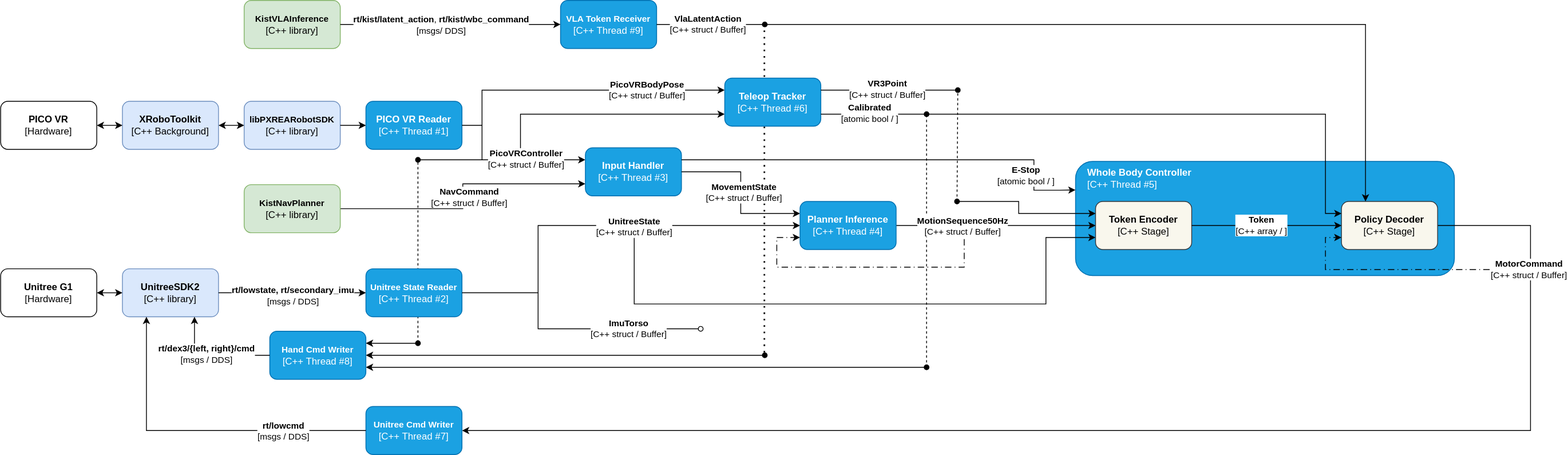
Above: docs/kist-gearsonic-inference.svg in KIST-DelightRobotics-G1/gearsonic-inference (draw.io), before the change. Source tidied: cells renumbered, new cells last; positions are measured from the earlier drawing's top-left corner, leaving out a move shared by most shapes.
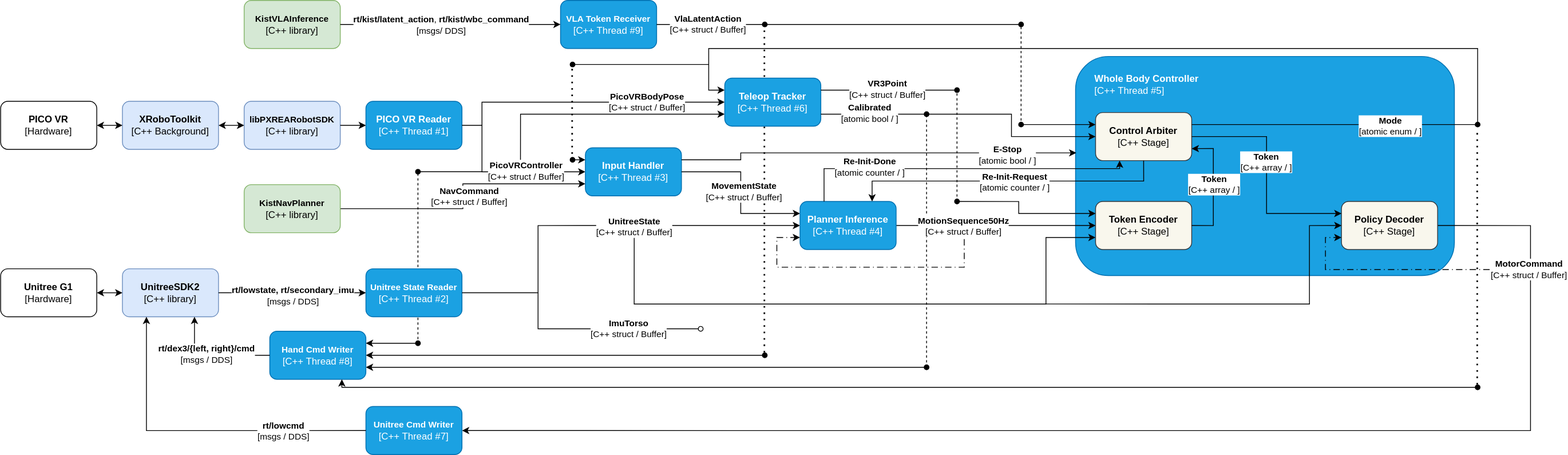
Later version of the same file.

Diff of the diagram source:
```diff
@@ -2,6 +2,16 @@
   <root>
     <mxCell id="0" />
     <mxCell id="1" parent="0" />
+    <mxCell id="74" style="endArrow=classic;html=1;rounded=0;entryX=0;entryY=0.25;entryDx=0;entryDy=0;edgeStyle=orthogonalEdgeStyle;" parent="1" edge="1" target="50">
+      <mxGeometry relative="1" as="geometry">
+        <mxPoint x="1844" y="155" as="sourcePoint" />
+        <Array as="points">
+          <mxPoint x="1844" y="60" />
+          <mxPoint x="884" y="60" />
+          <mxPoint x="884" y="112" />
+        </Array>
+      </mxGeometry>
+    </mxCell>
     <mxCell id="2" style="endArrow=none;dashed=1;html=1;dashPattern=1 3;strokeWidth=2;rounded=0;" parent="1" edge="1">
       <mxGeometry relative="1" as="geometry">
         <mxPoint x="954" y="440" as="sourcePoint" />
@@ -21,8 +31,8 @@
     </mxCell>
     <mxCell id="5" style="endArrow=none;dashed=1;html=1;rounded=0;" parent="1" edge="1">
       <mxGeometry relative="1" as="geometry">
-        <mxPoint x="521" y="427" as="sourcePoint" />
-        <mxPoint x="521" y="199" as="targetPoint" />
+        <mxPoint x="521" y="429" as="sourcePoint" />
+        <mxPoint x="521" y="212" as="targetPoint" />
       </mxGeometry>
     </mxCell>
     <mxCell id="6" style="endArrow=classic;html=1;rounded=0;edgeStyle=orthogonalEdgeStyle;entryX=0;entryY=0.75;entryDx=0;entryDy=0;" parent="1" edge="1" target="50">
@@ -35,7 +45,7 @@
       </mxGeometry>
     </mxCell>
     <mxCell id="7" style="rounded=1;whiteSpace=wrap;html=1;fillColor=#1ba1e2;strokeColor=#006EAF;fontColor=#ffffff;" parent="1" vertex="1">
-      <mxGeometry x="1342" y="201" width="473" height="142.5" as="geometry" />
+      <mxGeometry x="1342" y="70" width="473" height="273.5" as="geometry" />
     </mxCell>
     <mxCell id="8" style="endArrow=classic;html=1;rounded=0;edgeStyle=orthogonalEdgeStyle;entryX=0;entryY=0.75;entryDx=0;entryDy=0;" parent="1" edge="1" target="38">
       <mxGeometry relative="1" as="geometry">
@@ -79,11 +89,11 @@
     <mxCell id="17" style="endArrow=classic;startArrow=none;html=1;rounded=0;exitX=1;exitY=0.5;exitDx=0;exitDy=0;entryX=0;entryY=0.5;entryDx=0;entryDy=0;startFill=0;" parent="1" edge="1" source="12" target="14">
       <mxGeometry relative="1" as="geometry" />
     </mxCell>
-    <mxCell id="18" style="endArrow=classic;startArrow=classic;html=1;rounded=0;edgeStyle=orthogonalEdgeStyle;exitX=0;exitY=0.25;exitDx=0;exitDy=0;entryX=0;entryY=0.25;entryDx=0;entryDy=0;" parent="1" edge="1" source="22" target="50">
+    <mxCell id="18" style="endArrow=classic;startArrow=classic;html=1;rounded=0;edgeStyle=orthogonalEdgeStyle;exitX=0;exitY=0.5;exitDx=0;exitDy=0;entryX=0;entryY=0.5;entryDx=0;entryDy=0;" parent="1" edge="1" source="22" target="50">
       <mxGeometry relative="1" as="geometry">
         <Array as="points">
-          <mxPoint x="601" y="199" />
-          <mxPoint x="601" y="112" />
+          <mxPoint x="601" y="214" />
+          <mxPoint x="601" y="127" />
         </Array>
       </mxGeometry>
     </mxCell>
@@ -182,11 +192,18 @@
     <mxCell id="39" value="&lt;div&gt;&lt;b&gt;Policy Decoder&lt;/b&gt;&lt;/div&gt;&lt;div&gt;[C++ Stage]&lt;/div&gt;" style="rounded=1;whiteSpace=wrap;html=1;fillColor=#f9f7ed;strokeColor=#36393d;" parent="1" vertex="1">
       <mxGeometry x="1674" y="251" width="120" height="60" as="geometry" />
     </mxCell>
-    <mxCell id="40" style="endArrow=classic;html=1;rounded=0;entryX=0;entryY=0.5;entryDx=0;entryDy=0;exitX=1;exitY=0.5;exitDx=0;exitDy=0;" parent="1" edge="1" source="38" target="39">
-      <mxGeometry relative="1" as="geometry" />
+    <mxCell id="40" style="endArrow=classic;html=1;rounded=0;entryX=1;entryY=0.75;entryDx=0;entryDy=0;exitX=1;exitY=0.5;exitDx=0;exitDy=0;edgeStyle=orthogonalEdgeStyle;" parent="1" edge="1" source="38" target="75">
+      <mxGeometry relative="1" as="geometry">
+        <Array as="points">
+          <mxPoint x="1514" y="281" />
+          <mxPoint x="1514" y="185" />
+        </Array>
+      </mxGeometry>
     </mxCell>
     <mxCell id="41" value="&lt;b&gt;Token&lt;/b&gt;&lt;div&gt;[C++ array / ]&lt;/div&gt;" style="edgeLabel;html=1;align=center;verticalAlign=middle;" parent="40" vertex="1">
-      <mxGeometry x="-0.08" y="1" relative="1" as="geometry" />
+      <mxGeometry x="-0.08" y="1" relative="1" as="geometry">
+        <mxPoint x="1" y="-9" as="offset" />
+      </mxGeometry>
     </mxCell>
     <mxCell id="42" value="&lt;b&gt;&lt;font style=&quot;font-size: 11px;&quot;&gt;Unitree Cmd Writer&lt;/font&gt;&lt;/b&gt;&lt;br&gt;&lt;div&gt;[C++ Thread #7]&lt;/div&gt;" style="rounded=1;whiteSpace=wrap;html=1;fillColor=#1ba1e2;fontColor=#ffffff;strokeColor=#006EAF;" parent="1" vertex="1">
       <mxGeometry x="456" y="507" width="120" height="60" as="geometry" />
@@ -199,22 +216,8 @@
         <mxPoint x="61" y="5" as="offset" />
       </mxGeometry>
     </mxCell>
-    <mxCell id="45" style="endArrow=classic;html=1;rounded=0;exitX=1;exitY=0.25;exitDx=0;exitDy=0;entryX=0;entryY=0.25;entryDx=0;entryDy=0;edgeStyle=orthogonalEdgeStyle;" parent="1" edge="1" source="22" target="7">
-      <mxGeometry relative="1" as="geometry">
-        <Array as="points">
-          <mxPoint x="1290" y="199" />
-          <mxPoint x="1290" y="237" />
-          <mxPoint x="1322" y="237" />
-        </Array>
-      </mxGeometry>
-    </mxCell>
-    <mxCell id="46" value="&lt;b&gt;E-Stop&lt;/b&gt;&lt;div&gt;[atomic bool / ]&lt;/div&gt;" style="edgeLabel;html=1;align=center;verticalAlign=middle;" parent="45" vertex="1">
-      <mxGeometry x="0.69" y="-3" relative="1" as="geometry">
-        <mxPoint x="-8" y="13" as="offset" />
-      </mxGeometry>
-    </mxCell>
     <mxCell id="47" value="&lt;font style=&quot;color: light-dark(rgb(255, 255, 255), rgb(237, 237, 237));&quot;&gt;Whole Body Controller&lt;/font&gt;&lt;div&gt;&lt;font style=&quot;color: light-dark(rgb(255, 255, 255), rgb(237, 237, 237));&quot;&gt;&lt;span style=&quot;font-weight: normal;&quot;&gt;[C++ Thread #5]&lt;/span&gt;&lt;/font&gt;&lt;/div&gt;" style="text;html=1;whiteSpace=wrap;strokeColor=none;fillColor=none;align=left;verticalAlign=middle;rounded=0;fontStyle=1;fontColor=light-dark(#ffffff, #ededed);" parent="1" vertex="1">
-      <mxGeometry x="1355" y="207" width="275" height="30" as="geometry" />
+      <mxGeometry x="1364" y="90" width="275" height="30" as="geometry" />
     </mxCell>
     <mxCell id="48" style="endArrow=classic;html=1;rounded=0;edgeStyle=orthogonalEdgeStyle;entryX=0;entryY=0.75;entryDx=0;entryDy=0;dashed=1;dashPattern=8 4 1 4;" parent="1" edge="1" target="39">
       <mxGeometry relative="1" as="geometry">
@@ -247,7 +250,7 @@
     </mxCell>
     <mxCell id="54" style="endArrow=oval;html=1;rounded=0;exitX=1;exitY=0.25;exitDx=0;exitDy=0;endFill=1;" parent="1" edge="1" source="50">
       <mxGeometry relative="1" as="geometry">
-        <mxPoint x="1195" y="112" as="targetPoint" />
+        <mxPoint x="1194" y="112" as="targetPoint" />
       </mxGeometry>
     </mxCell>
     <mxCell id="55" value="&lt;b&gt;VR3Point&lt;/b&gt;&lt;div&gt;[C++ struct / Buffer]&lt;/div&gt;" style="edgeLabel;html=1;align=center;verticalAlign=middle;" parent="1" vertex="1">
@@ -265,7 +268,7 @@
     <mxCell id="57" style="endArrow=none;dashed=1;html=1;rounded=0;" parent="1" edge="1">
       <mxGeometry relative="1" as="geometry">
         <mxPoint x="1194" y="251" as="sourcePoint" />
-        <mxPoint x="1195" y="111" as="targetPoint" />
+        <mxPoint x="1194" y="110" as="targetPoint" />
       </mxGeometry>
     </mxCell>
     <mxCell id="58" value="&lt;span style=&quot;font-size: 11px;&quot;&gt;&lt;b&gt;KistVLAInference&lt;/b&gt;&lt;/span&gt;&lt;br&gt;&lt;div&gt;&lt;font style=&quot;color: light-dark(rgb(0, 0, 0), rgb(0, 102, 0));&quot;&gt;[C++ library]&lt;/font&gt;&lt;/div&gt;" style="rounded=1;whiteSpace=wrap;html=1;fillColor=#d5e8d4;strokeColor=#82b366;" parent="1" vertex="1">
@@ -273,8 +276,8 @@
     </mxCell>
     <mxCell id="59" style="endArrow=oval;html=1;rounded=0;endFill=1;" parent="1" edge="1">
       <mxGeometry relative="1" as="geometry">
-        <mxPoint x="601" y="199" as="sourcePoint" />
-        <mxPoint x="521" y="199" as="targetPoint" />
+        <mxPoint x="601" y="213.9" as="sourcePoint" />
+        <mxPoint x="521" y="213.9" as="targetPoint" />
       </mxGeometry>
     </mxCell>
     <mxCell id="60" value="&lt;b&gt;&lt;font style=&quot;font-size: 11px;&quot;&gt;Hand Cmd Writer&lt;/font&gt;&lt;/b&gt;&lt;br&gt;&lt;div&gt;[C++ Thread #8]&lt;/div&gt;" style="rounded=1;whiteSpace=wrap;html=1;fillColor=#1ba1e2;fontColor=#ffffff;strokeColor=#006EAF;" parent="1" vertex="1">
@@ -312,14 +315,6 @@
     <mxCell id="68" value="&lt;b&gt;rt/kist/latent_action&lt;/b&gt;, &lt;b&gt;rt/kist/wbc_command&lt;/b&gt;&lt;div&gt;[msgs/ DDS]&lt;/div&gt;" style="edgeLabel;html=1;align=center;verticalAlign=middle;" parent="67" vertex="1">
       <mxGeometry x="-0.09" relative="1" as="geometry" />
     </mxCell>
-    <mxCell id="69" style="endArrow=classic;html=1;rounded=0;edgeStyle=orthogonalEdgeStyle;entryX=0.25;entryY=0;entryDx=0;entryDy=0;" parent="1" edge="1" target="39">
-      <mxGeometry relative="1" as="geometry">
-        <mxPoint x="954" y="30" as="sourcePoint" />
-        <Array as="points">
-          <mxPoint x="1704" y="30" />
-        </Array>
-      </mxGeometry>
-    </mxCell>
     <mxCell id="70" style="endArrow=oval;html=1;rounded=0;exitX=1;exitY=0.5;exitDx=0;exitDy=0;endFill=1;" parent="1" edge="1" source="66">
       <mxGeometry relative="1" as="geometry">
         <mxPoint x="954" y="30" as="targetPoint" />
@@ -333,14 +328,117 @@
         <mxPoint x="954" y="443" as="sourcePoint" />
       </mxGeometry>
     </mxCell>
-    <mxCell id="73" style="endArrow=classic;html=1;rounded=0;edgeStyle=orthogonalEdgeStyle;entryX=0;entryY=0.25;entryDx=0;entryDy=0;" parent="1" edge="1" target="39">
-      <mxGeometry relative="1" as="geometry">
-        <mxPoint x="1156" y="142" as="sourcePoint" />
-        <Array as="points">
-          <mxPoint x="1654" y="142" />
-          <mxPoint x="1654" y="266" />
-        </Array>
-      </mxGeometry>
-    </mxCell>
+    <mxCell id="75" value="&lt;div&gt;&lt;b&gt;Control Arbiter&lt;/b&gt;&lt;/div&gt;&lt;div&gt;[C++ Stage]&lt;/div&gt;" style="rounded=1;whiteSpace=wrap;html=1;fillColor=#f9f7ed;strokeColor=#36393d;" parent="1" vertex="1">
+      <mxGeometry x="1367" y="140" width="120" height="60" as="geometry" />
+    </mxCell>
+    <mxCell id="76" style="endArrow=classic;html=1;rounded=0;entryX=0;entryY=0.5;entryDx=0;entryDy=0;edgeStyle=orthogonalEdgeStyle;" parent="1" edge="1" target="75">
+      <mxGeometry relative="1" as="geometry">
+        <mxPoint x="1156" y="142" as="sourcePoint" />
+        <Array as="points">
+          <mxPoint x="1262" y="142" />
+          <mxPoint x="1262" y="170" />
+        </Array>
+      </mxGeometry>
+    </mxCell>
+    <mxCell id="77" style="endArrow=classic;html=1;rounded=0;exitX=0.25;exitY=0;exitDx=0;exitDy=0;entryX=0.25;entryY=1;entryDx=0;entryDy=0;edgeStyle=orthogonalEdgeStyle;" parent="1" edge="1" source="35" target="75">
+      <mxGeometry relative="1" as="geometry">
+        <Array as="points">
+          <mxPoint x="1028" y="210" />
+          <mxPoint x="1397" y="210" />
+        </Array>
+      </mxGeometry>
+    </mxCell>
+    <mxCell id="78" value="&lt;b&gt;Re-Init-Done&lt;/b&gt;&lt;div&gt;[atomic counter / ]&lt;/div&gt;" style="edgeLabel;html=1;align=center;verticalAlign=middle;" parent="77" vertex="1">
+      <mxGeometry x="-0.61" y="1" relative="1" as="geometry">
+        <mxPoint x="16" y="-2" as="offset" />
+      </mxGeometry>
+    </mxCell>
+    <mxCell id="79" style="endArrow=classic;html=1;rounded=0;exitX=0.5;exitY=1;exitDx=0;exitDy=0;entryX=0.75;entryY=0;entryDx=0;entryDy=0;edgeStyle=orthogonalEdgeStyle;" parent="1" edge="1" source="75" target="35">
+      <mxGeometry relative="1" as="geometry" />
+    </mxCell>
+    <mxCell id="80" value="&lt;b&gt;Re-Init-Request&lt;/b&gt;&lt;div&gt;[atomic counter / ]&lt;/div&gt;" style="edgeLabel;html=1;align=center;verticalAlign=middle;" parent="79" vertex="1">
+      <mxGeometry x="-0.04" y="1" relative="1" as="geometry" />
+    </mxCell>
+    <mxCell id="81" style="endArrow=oval;html=1;rounded=0;exitX=1;exitY=0.25;exitDx=0;exitDy=0;endFill=1;" parent="1" edge="1" source="75">
+      <mxGeometry relative="1" as="geometry">
+        <mxPoint x="1844" y="155" as="targetPoint" />
+      </mxGeometry>
+    </mxCell>
+    <mxCell id="82" value="&lt;b&gt;Mode&lt;/b&gt;&lt;div&gt;[atomic enum / ]&lt;/div&gt;" style="edgeLabel;html=1;align=center;verticalAlign=middle;" parent="81" vertex="1">
+      <mxGeometry x="-0.28" relative="1" as="geometry">
+        <mxPoint x="119" y="1" as="offset" />
+      </mxGeometry>
+    </mxCell>
+    <mxCell id="83" style="endArrow=classic;html=1;rounded=0;exitX=1;exitY=0.5;exitDx=0;exitDy=0;entryX=0;entryY=0.25;entryDx=0;entryDy=0;edgeStyle=orthogonalEdgeStyle;" parent="1" edge="1" source="75" target="39">
+      <mxGeometry relative="1" as="geometry" />
+    </mxCell>
+    <mxCell id="84" value="&lt;b&gt;Token&lt;/b&gt;&lt;div&gt;[C++ array / ]&lt;/div&gt;" style="edgeLabel;html=1;align=center;verticalAlign=middle;" parent="83" vertex="1">
+      <mxGeometry x="-0.12" y="-1" relative="1" as="geometry" />
+    </mxCell>
+    <mxCell id="85" style="endArrow=classic;html=1;rounded=0;entryX=0;entryY=0.25;entryDx=0;entryDy=0;startArrow=oval;startFill=1;" parent="1" edge="1" target="75">
+      <mxGeometry relative="1" as="geometry">
+        <mxPoint x="1274" y="155" as="sourcePoint" />
+      </mxGeometry>
+    </mxCell>
+    <mxCell id="86" style="endArrow=oval;html=1;rounded=0;endFill=1;" parent="1" edge="1">
+      <mxGeometry relative="1" as="geometry">
+        <mxPoint x="954" y="30" as="sourcePoint" />
+        <mxPoint x="1274" y="30" as="targetPoint" />
+      </mxGeometry>
+    </mxCell>
+    <mxCell id="87" style="endArrow=none;dashed=1;html=1;rounded=0;" parent="1" edge="1">
+      <mxGeometry relative="1" as="geometry">
+        <mxPoint x="1274" y="156" as="sourcePoint" />
+        <mxPoint x="1274" y="30" as="targetPoint" />
+      </mxGeometry>
+    </mxCell>
+    <mxCell id="88" style="endArrow=classic;html=1;rounded=0;entryX=0;entryY=0.5;entryDx=0;entryDy=0;edgeStyle=orthogonalEdgeStyle;" parent="1" edge="1" target="39">
+      <mxGeometry relative="1" as="geometry">
+        <mxPoint x="1305" y="379" as="sourcePoint" />
+        <Array as="points">
+          <mxPoint x="1634" y="379" />
+          <mxPoint x="1634" y="281" />
+        </Array>
+      </mxGeometry>
+    </mxCell>
+    <mxCell id="89" style="endArrow=none;html=1;rounded=0;startArrow=oval;startFill=1;" parent="1" edge="1">
+      <mxGeometry relative="1" as="geometry">
+        <mxPoint x="714" y="80" as="sourcePoint" />
+        <mxPoint x="884" y="80" as="targetPoint" />
+      </mxGeometry>
+    </mxCell>
+    <mxCell id="90" style="endArrow=classic;html=1;rounded=0;entryX=0;entryY=0.25;entryDx=0;entryDy=0;startArrow=oval;startFill=1;" parent="1" edge="1" target="22">
+      <mxGeometry relative="1" as="geometry">
+        <mxPoint x="714" y="199" as="sourcePoint" />
+      </mxGeometry>
+    </mxCell>
+    <mxCell id="91" style="endArrow=none;dashed=1;html=1;dashPattern=1 3;strokeWidth=2;rounded=0;" parent="1" edge="1">
+      <mxGeometry relative="1" as="geometry">
+        <mxPoint x="714" y="200" as="sourcePoint" />
+        <mxPoint x="714" y="80" as="targetPoint" />
+      </mxGeometry>
+    </mxCell>
+    <mxCell id="92" style="endArrow=classic;html=1;rounded=0;entryX=0.75;entryY=1;entryDx=0;entryDy=0;edgeStyle=orthogonalEdgeStyle;startArrow=oval;startFill=1;" parent="1" edge="1" target="60">
+      <mxGeometry relative="1" as="geometry">
+        <mxPoint x="1844" y="483" as="sourcePoint" />
+      </mxGeometry>
+    </mxCell>
+    <mxCell id="93" style="endArrow=none;dashed=1;html=1;dashPattern=1 3;strokeWidth=2;rounded=0;" parent="1" edge="1">
+      <mxGeometry relative="1" as="geometry">
+        <mxPoint x="1844" y="480" as="sourcePoint" />
+        <mxPoint x="1844" y="160" as="targetPoint" />
+      </mxGeometry>
+    </mxCell>
+    <mxCell id="45" style="endArrow=classic;html=1;rounded=0;exitX=1;exitY=0.25;exitDx=0;exitDy=0;entryX=0.002;entryY=0.44;entryDx=0;entryDy=0;entryPerimeter=0;edgeStyle=orthogonalEdgeStyle;" parent="1" edge="1" source="22" target="7">
+      <mxGeometry relative="1" as="geometry">
+        <Array as="points">
+          <mxPoint x="924" y="199" />
+          <mxPoint x="924" y="190" />
+        </Array>
+      </mxGeometry>
+    </mxCell>
+    <mxCell id="46" value="&lt;b&gt;E-Stop&lt;/b&gt;&lt;div&gt;[atomic bool / ]&lt;/div&gt;" style="edgeLabel;html=1;align=center;verticalAlign=middle;" parent="45" vertex="1">
+      <mxGeometry x="0.66" y="-2" relative="1" as="geometry" />
+    </mxCell>
   </root>
 </mxGraphModel>
```
